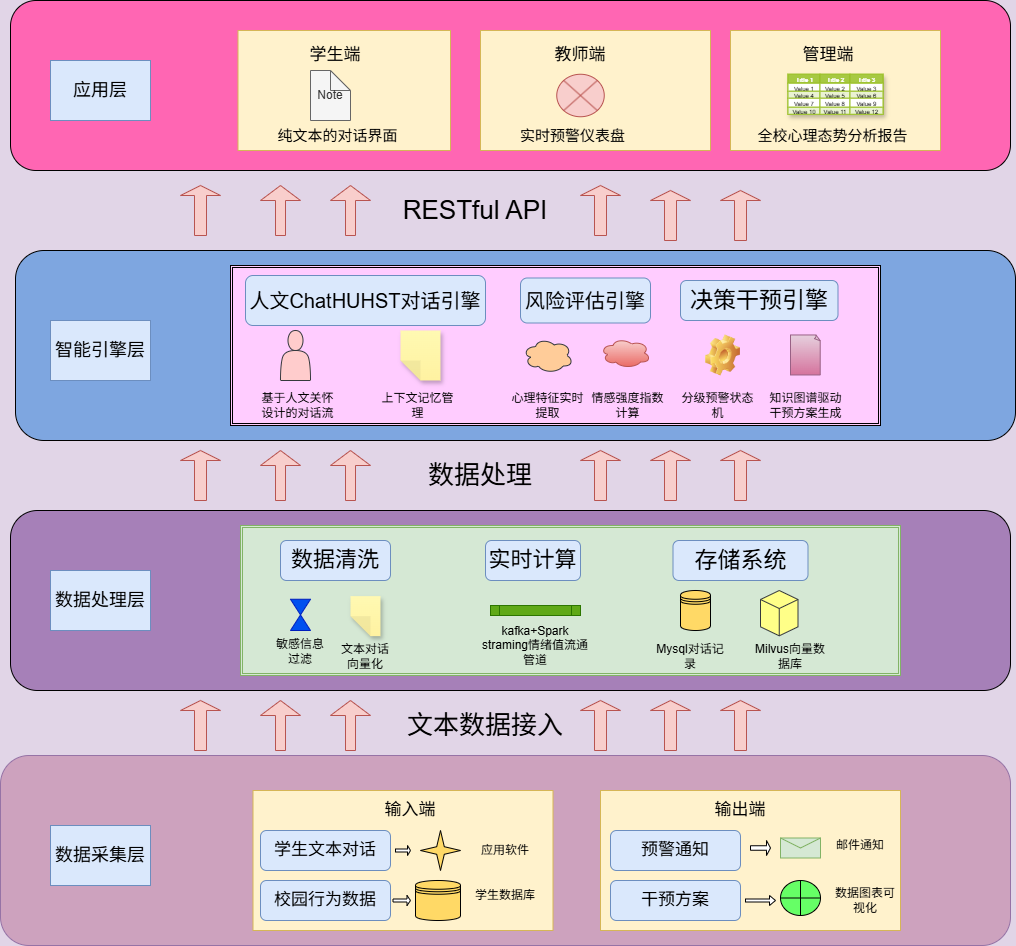
Above: 人文心语通.drawio.png in abbb45678/test (draw.io), before the change. Source tidied: cells renumbered, new cells last; positions are measured from the earlier drawing's top-left corner, leaving out a move shared by most shapes.
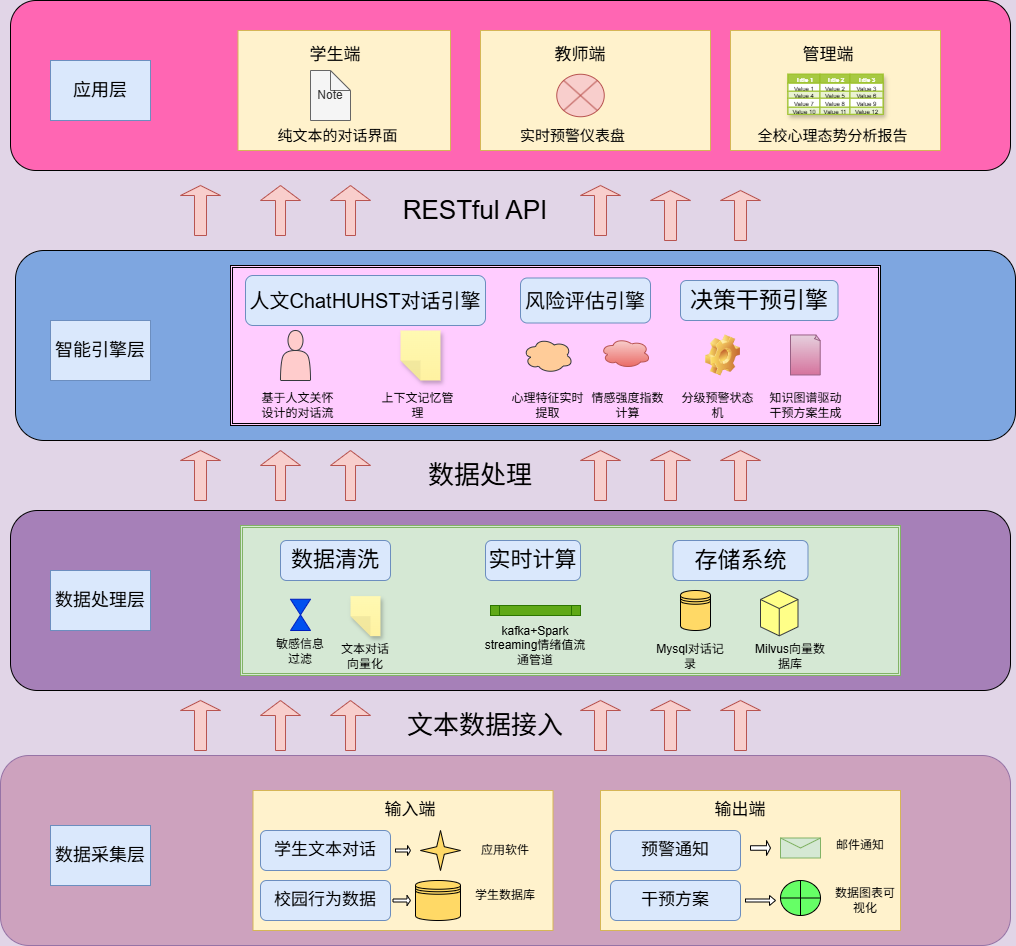
Above is the later version.

Commit message:
更新人文心语通.drawio.png

What changed in the source:
```diff
@@ -179,7 +179,7 @@
     <mxCell id="60" style="shape=process;whiteSpace=wrap;html=1;backgroundOutline=1;fillColor=#60a917;fontColor=#ffffff;strokeColor=#2D7600;" parent="1" vertex="1">
       <mxGeometry x="490" y="605" width="90" height="10" as="geometry" />
     </mxCell>
-    <mxCell id="61" value="kafka+Spark straming情绪值流通管道" style="text;html=1;align=center;verticalAlign=middle;whiteSpace=wrap;rounded=0;" parent="1" vertex="1">
+    <mxCell id="61" value="kafka+Spark streaming情绪值流通管道" style="text;html=1;align=center;verticalAlign=middle;whiteSpace=wrap;rounded=0;" parent="1" vertex="1">
       <mxGeometry x="480" y="630" width="110" height="30" as="geometry" />
     </mxCell>
     <mxCell id="62" style="shape=datastore;whiteSpace=wrap;html=1;fillColor=#FFD966;" parent="1" vertex="1">
```
